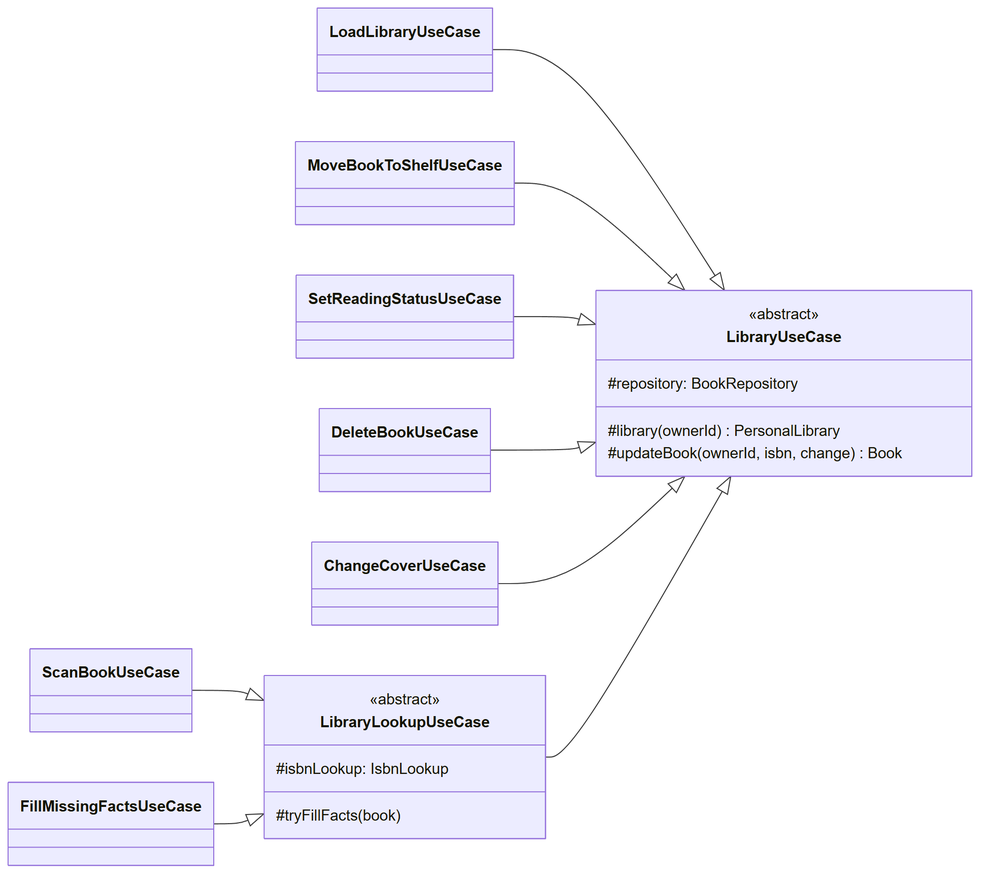
This is docs/design/figures/iface-service.png from ghechavarria/cen5064-project-hechavarria, a Mermaid export, as it was before one commit. Its source is kept beside it as docs/design/diagrams/iface-service.mmd.
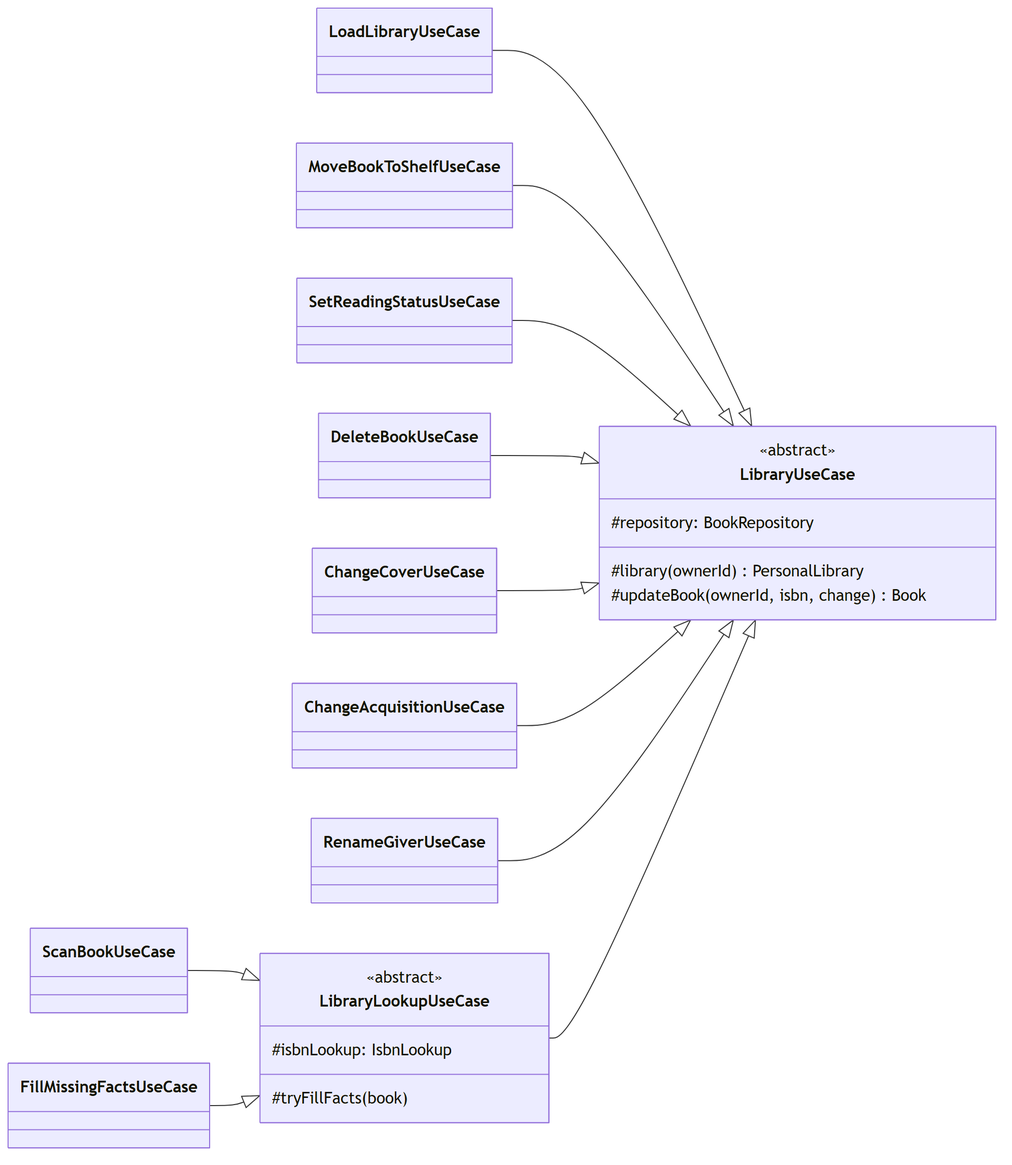
Later version of the same file.

Change to the diagram source:
```diff
@@ -16,6 +16,8 @@
     SetReadingStatusUseCase --|> LibraryUseCase
     DeleteBookUseCase --|> LibraryUseCase
     ChangeCoverUseCase --|> LibraryUseCase
+    ChangeAcquisitionUseCase --|> LibraryUseCase
+    RenameGiverUseCase --|> LibraryUseCase
     LibraryLookupUseCase --|> LibraryUseCase
     ScanBookUseCase --|> LibraryLookupUseCase
     FillMissingFactsUseCase --|> LibraryLookupUseCase
```
